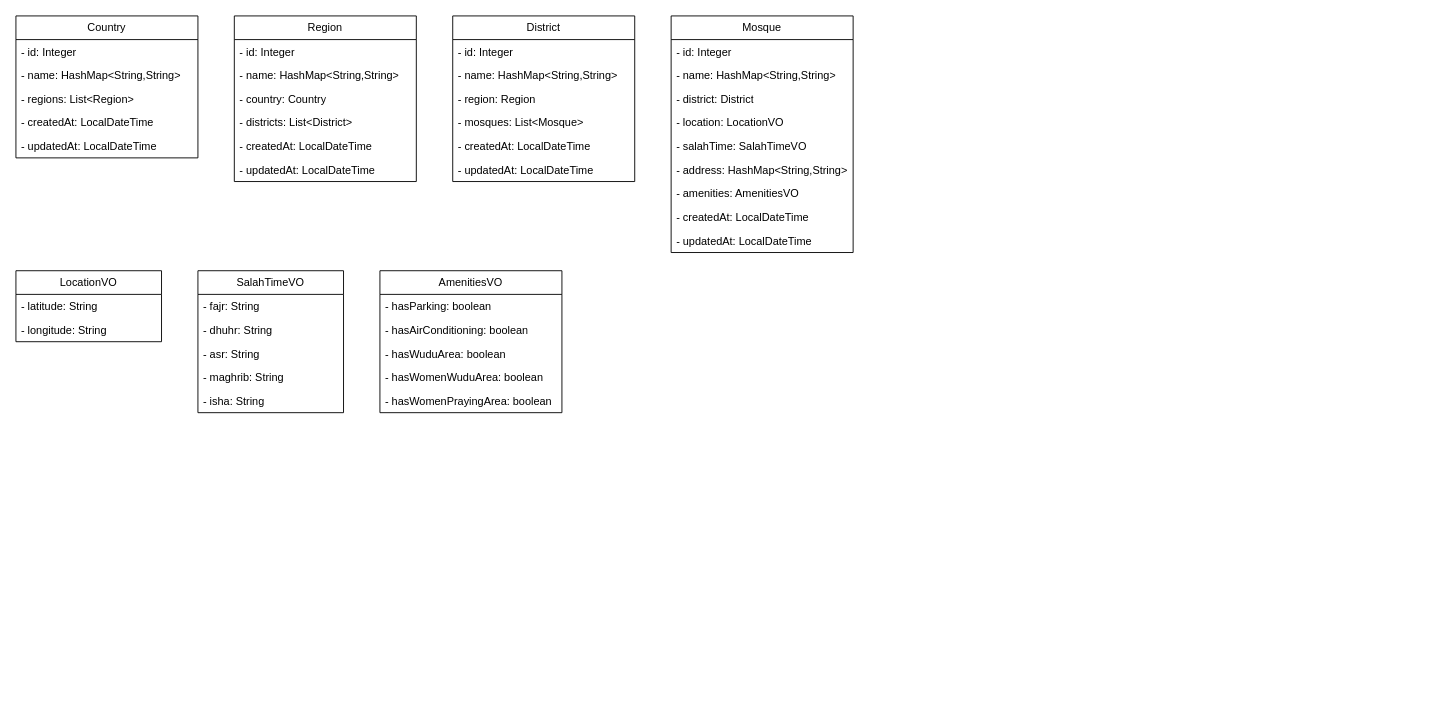
Before: page "EntitySchema" (2 of 2) of raw/uml/Schemas.drawio in MasjidVaqtlari/docs, a draw.io diagram. Source tidied: cells renumbered, new cells numbered last; positions are measured from the earlier drawing's top-left corner, leaving out a move shared by most shapes. Both pictures are drawn from the tidied source at 91%, with x=0, y=0 at pixel (15, 15).
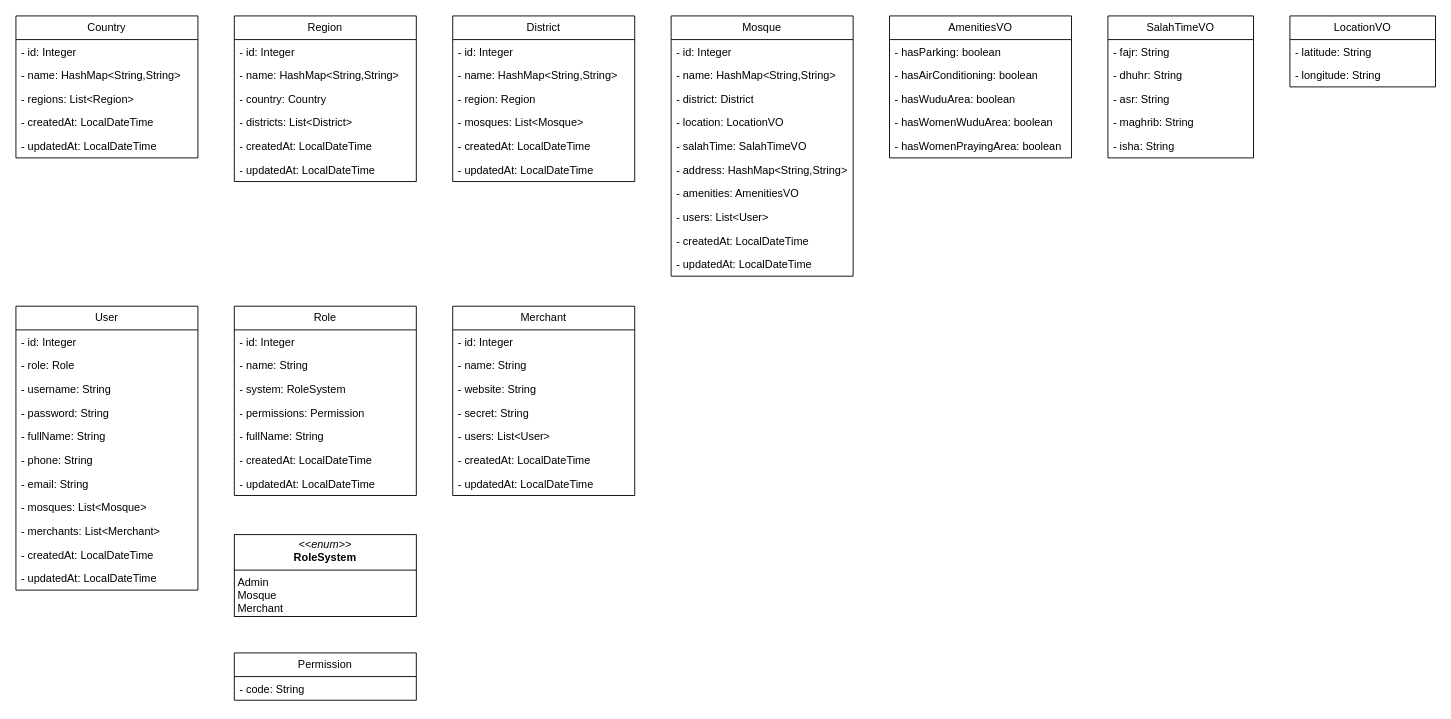
The same diagram, later.

Commit message (it also covers changes not shown here):
Added Merchant, User, Role, and Permission entities and schemas

What changed in the source:
```diff
@@
     <mxCell id="22" value="Mosque" style="swimlane;fontStyle=0;horizontal=1;startSize=26;fillColor=none;whiteSpace=wrap;html=1;" parent="1" vertex="1">
-      <mxGeometry x="720" width="200" height="260" as="geometry" />
+      <mxGeometry x="720" width="200" height="286" as="geometry" />
     </mxCell>
@@
+    <mxCell id="47" value="- users: List&amp;lt;User&amp;gt;" style="text;strokeColor=none;fillColor=none;align=left;verticalAlign=top;spacingLeft=4;spacingRight=4;overflow=hidden;whiteSpace=wrap;html=1;" parent="22" vertex="1">
+      <mxGeometry y="208" width="200" height="26" as="geometry" />
+    </mxCell>
     <mxCell id="30" value="- createdAt: LocalDateTime" style="text;strokeColor=none;fillColor=none;align=left;verticalAlign=top;spacingLeft=4;spacingRight=4;overflow=hidden;whiteSpace=wrap;html=1;" parent="22" vertex="1">
-      <mxGeometry y="208" width="200" height="26" as="geometry" />
+      <mxGeometry y="234" width="200" height="26" as="geometry" />
     </mxCell>
     <mxCell id="31" value="- updatedAt: LocalDateTime" style="text;strokeColor=none;fillColor=none;align=left;verticalAlign=top;spacingLeft=4;spacingRight=4;overflow=hidden;whiteSpace=wrap;html=1;" parent="22" vertex="1">
-      <mxGeometry y="234" width="200" height="26" as="geometry" />
+      <mxGeometry y="260" width="200" height="26" as="geometry" />
     </mxCell>
     <mxCell id="32" value="LocationVO" style="swimlane;fontStyle=0;horizontal=1;startSize=26;fillColor=none;whiteSpace=wrap;html=1;" parent="1" vertex="1">
-      <mxGeometry y="280" width="160" height="78" as="geometry" />
+      <mxGeometry x="1400" width="160" height="78" as="geometry" />
     </mxCell>
@@
     <mxCell id="35" value="SalahTimeVO" style="swimlane;fontStyle=0;horizontal=1;startSize=26;fillColor=none;whiteSpace=wrap;html=1;" parent="1" vertex="1">
-      <mxGeometry x="200" y="280" width="160" height="156" as="geometry" />
+      <mxGeometry x="1200" width="160" height="156" as="geometry" />
     </mxCell>
@@
     <mxCell id="41" value="AmenitiesVO" style="swimlane;fontStyle=0;horizontal=1;startSize=26;fillColor=none;whiteSpace=wrap;html=1;" parent="1" vertex="1">
-      <mxGeometry x="400" y="280" width="200" height="156" as="geometry" />
+      <mxGeometry x="960" width="200" height="156" as="geometry" />
     </mxCell>
@@
+    <mxCell id="48" value="User" style="swimlane;fontStyle=0;horizontal=1;startSize=26;fillColor=none;whiteSpace=wrap;html=1;" parent="1" vertex="1">
+      <mxGeometry y="319" width="200" height="312" as="geometry" />
+    </mxCell>
+    <mxCell id="49" value="- id: Integer" style="text;strokeColor=none;fillColor=none;align=left;verticalAlign=top;spacingLeft=4;spacingRight=4;overflow=hidden;whiteSpace=wrap;html=1;" parent="48" vertex="1">
+      <mxGeometry y="26" width="200" height="26" as="geometry" />
+    </mxCell>
+    <mxCell id="50" value="- role: Role" style="text;strokeColor=none;fillColor=none;align=left;verticalAlign=top;spacingLeft=4;spacingRight=4;overflow=hidden;whiteSpace=wrap;html=1;" parent="48" vertex="1">
+      <mxGeometry y="52" width="200" height="26" as="geometry" />
+    </mxCell>
+    <mxCell id="51" value="- username: String" style="text;strokeColor=none;fillColor=none;align=left;verticalAlign=top;spacingLeft=4;spacingRight=4;overflow=hidden;whiteSpace=wrap;html=1;" parent="48" vertex="1">
+      <mxGeometry y="78" width="200" height="26" as="geometry" />
+    </mxCell>
+    <mxCell id="52" value="- password: String" style="text;strokeColor=none;fillColor=none;align=left;verticalAlign=top;spacingLeft=4;spacingRight=4;overflow=hidden;whiteSpace=wrap;html=1;" parent="48" vertex="1">
+      <mxGeometry y="104" width="200" height="26" as="geometry" />
+    </mxCell>
+    <mxCell id="53" value="- fullName: String" style="text;strokeColor=none;fillColor=none;align=left;verticalAlign=top;spacingLeft=4;spacingRight=4;overflow=hidden;whiteSpace=wrap;html=1;" parent="48" vertex="1">
+      <mxGeometry y="130" width="200" height="26" as="geometry" />
+    </mxCell>
+    <mxCell id="54" value="- phone: String" style="text;strokeColor=none;fillColor=none;align=left;verticalAlign=top;spacingLeft=4;spacingRight=4;overflow=hidden;whiteSpace=wrap;html=1;" parent="48" vertex="1">
+      <mxGeometry y="156" width="200" height="26" as="geometry" />
+    </mxCell>
+    <mxCell id="55" value="- email: String" style="text;strokeColor=none;fillColor=none;align=left;verticalAlign=top;spacingLeft=4;spacingRight=4;overflow=hidden;whiteSpace=wrap;html=1;" parent="48" vertex="1">
+      <mxGeometry y="182" width="200" height="26" as="geometry" />
+    </mxCell>
+    <mxCell id="56" value="- mosques: List&amp;lt;Mosque&amp;gt;" style="text;strokeColor=none;fillColor=none;align=left;verticalAlign=top;spacingLeft=4;spacingRight=4;overflow=hidden;whiteSpace=wrap;html=1;" parent="48" vertex="1">
+      <mxGeometry y="208" width="200" height="26" as="geometry" />
+    </mxCell>
+    <mxCell id="57" value="- merchants: List&amp;lt;Merchant&amp;gt;" style="text;strokeColor=none;fillColor=none;align=left;verticalAlign=top;spacingLeft=4;spacingRight=4;overflow=hidden;whiteSpace=wrap;html=1;" parent="48" vertex="1">
+      <mxGeometry y="234" width="200" height="26" as="geometry" />
+    </mxCell>
+    <mxCell id="58" value="- createdAt: LocalDateTime" style="text;strokeColor=none;fillColor=none;align=left;verticalAlign=top;spacingLeft=4;spacingRight=4;overflow=hidden;whiteSpace=wrap;html=1;" parent="48" vertex="1">
+      <mxGeometry y="260" width="200" height="26" as="geometry" />
+    </mxCell>
+    <mxCell id="59" value="- updatedAt: LocalDateTime" style="text;strokeColor=none;fillColor=none;align=left;verticalAlign=top;spacingLeft=4;spacingRight=4;overflow=hidden;whiteSpace=wrap;html=1;" parent="48" vertex="1">
+      <mxGeometry y="286" width="200" height="26" as="geometry" />
+    </mxCell>
+    <mxCell id="60" value="Role" style="swimlane;fontStyle=0;horizontal=1;startSize=26;fillColor=none;whiteSpace=wrap;html=1;" parent="1" vertex="1">
+      <mxGeometry x="240" y="319" width="200" height="208" as="geometry" />
+    </mxCell>
+    <mxCell id="61" value="- id: Integer" style="text;strokeColor=none;fillColor=none;align=left;verticalAlign=top;spacingLeft=4;spacingRight=4;overflow=hidden;whiteSpace=wrap;html=1;" parent="60" vertex="1">
+      <mxGeometry y="26" width="200" height="26" as="geometry" />
+    </mxCell>
+    <mxCell id="62" value="- name: String" style="text;strokeColor=none;fillColor=none;align=left;verticalAlign=top;spacingLeft=4;spacingRight=4;overflow=hidden;whiteSpace=wrap;html=1;" parent="60" vertex="1">
+      <mxGeometry y="52" width="200" height="26" as="geometry" />
+    </mxCell>
+    <mxCell id="63" value="- system: RoleSystem" style="text;strokeColor=none;fillColor=none;align=left;verticalAlign=top;spacingLeft=4;spacingRight=4;overflow=hidden;whiteSpace=wrap;html=1;" parent="60" vertex="1">
+      <mxGeometry y="78" width="200" height="26" as="geometry" />
+    </mxCell>
+    <mxCell id="64" value="- permissions: Permission" style="text;strokeColor=none;fillColor=none;align=left;verticalAlign=top;spacingLeft=4;spacingRight=4;overflow=hidden;whiteSpace=wrap;html=1;" parent="60" vertex="1">
+      <mxGeometry y="104" width="200" height="26" as="geometry" />
+    </mxCell>
+    <mxCell id="65" value="- fullName: String" style="text;strokeColor=none;fillColor=none;align=left;verticalAlign=top;spacingLeft=4;spacingRight=4;overflow=hidden;whiteSpace=wrap;html=1;" parent="60" vertex="1">
+      <mxGeometry y="130" width="200" height="26" as="geometry" />
+    </mxCell>
+    <mxCell id="66" value="- createdAt: LocalDateTime" style="text;strokeColor=none;fillColor=none;align=left;verticalAlign=top;spacingLeft=4;spacingRight=4;overflow=hidden;whiteSpace=wrap;html=1;" parent="60" vertex="1">
+      <mxGeometry y="156" width="200" height="26" as="geometry" />
+    </mxCell>
+    <mxCell id="67" value="- updatedAt: LocalDateTime" style="text;strokeColor=none;fillColor=none;align=left;verticalAlign=top;spacingLeft=4;spacingRight=4;overflow=hidden;whiteSpace=wrap;html=1;" parent="60" vertex="1">
+      <mxGeometry y="182" width="200" height="26" as="geometry" />
+    </mxCell>
+    <mxCell id="68" value="&lt;p style=&quot;margin:0px;margin-top:4px;text-align:center;&quot;&gt;&lt;i&gt;&amp;lt;&amp;lt;enum&amp;gt;&amp;gt;&lt;/i&gt;&lt;br&gt;&lt;b&gt;RoleSystem&lt;/b&gt;&lt;/p&gt;&lt;hr size=&quot;1&quot; style=&quot;border-style:solid;&quot;&gt;&lt;p style=&quot;margin:0px;margin-left:4px;&quot;&gt;Admin&lt;br&gt;Mosque&lt;/p&gt;&lt;p style=&quot;margin:0px;margin-left:4px;&quot;&gt;Merchant&lt;/p&gt;" style="verticalAlign=top;align=left;overflow=fill;html=1;fillColor=default;whiteSpace=wrap;" parent="1" vertex="1">
+      <mxGeometry x="240" y="570" width="200" height="90" as="geometry" />
+    </mxCell>
+    <mxCell id="69" value="Permission" style="swimlane;fontStyle=0;horizontal=1;startSize=26;fillColor=none;whiteSpace=wrap;html=1;" parent="1" vertex="1">
+      <mxGeometry x="240" y="700" width="200" height="52" as="geometry" />
+    </mxCell>
+    <mxCell id="70" value="- code: String" style="text;strokeColor=none;fillColor=none;align=left;verticalAlign=top;spacingLeft=4;spacingRight=4;overflow=hidden;whiteSpace=wrap;html=1;" parent="69" vertex="1">
+      <mxGeometry y="26" width="200" height="26" as="geometry" />
+    </mxCell>
+    <mxCell id="71" value="Merchant" style="swimlane;fontStyle=0;horizontal=1;startSize=26;fillColor=none;whiteSpace=wrap;html=1;" parent="1" vertex="1">
+      <mxGeometry x="480" y="319" width="200" height="208" as="geometry" />
+    </mxCell>
+    <mxCell id="72" value="- id: Integer" style="text;strokeColor=none;fillColor=none;align=left;verticalAlign=top;spacingLeft=4;spacingRight=4;overflow=hidden;whiteSpace=wrap;html=1;" parent="71" vertex="1">
+      <mxGeometry y="26" width="200" height="26" as="geometry" />
+    </mxCell>
+    <mxCell id="73" value="- name: String" style="text;strokeColor=none;fillColor=none;align=left;verticalAlign=top;spacingLeft=4;spacingRight=4;overflow=hidden;whiteSpace=wrap;html=1;" parent="71" vertex="1">
+      <mxGeometry y="52" width="200" height="26" as="geometry" />
+    </mxCell>
+    <mxCell id="74" value="- website: String" style="text;strokeColor=none;fillColor=none;align=left;verticalAlign=top;spacingLeft=4;spacingRight=4;overflow=hidden;whiteSpace=wrap;html=1;" parent="71" vertex="1">
+      <mxGeometry y="78" width="200" height="26" as="geometry" />
+    </mxCell>
+    <mxCell id="75" value="- secret: String" style="text;strokeColor=none;fillColor=none;align=left;verticalAlign=top;spacingLeft=4;spacingRight=4;overflow=hidden;whiteSpace=wrap;html=1;" parent="71" vertex="1">
+      <mxGeometry y="104" width="200" height="26" as="geometry" />
+    </mxCell>
+    <mxCell id="76" value="- users: List&amp;lt;User&amp;gt;" style="text;strokeColor=none;fillColor=none;align=left;verticalAlign=top;spacingLeft=4;spacingRight=4;overflow=hidden;whiteSpace=wrap;html=1;" parent="71" vertex="1">
+      <mxGeometry y="130" width="200" height="26" as="geometry" />
+    </mxCell>
+    <mxCell id="77" value="- createdAt: LocalDateTime" style="text;strokeColor=none;fillColor=none;align=left;verticalAlign=top;spacingLeft=4;spacingRight=4;overflow=hidden;whiteSpace=wrap;html=1;" parent="71" vertex="1">
+      <mxGeometry y="156" width="200" height="26" as="geometry" />
+    </mxCell>
+    <mxCell id="78" value="- updatedAt: LocalDateTime" style="text;strokeColor=none;fillColor=none;align=left;verticalAlign=top;spacingLeft=4;spacingRight=4;overflow=hidden;whiteSpace=wrap;html=1;" parent="71" vertex="1">
+      <mxGeometry y="182" width="200" height="26" as="geometry" />
+    </mxCell>
```
